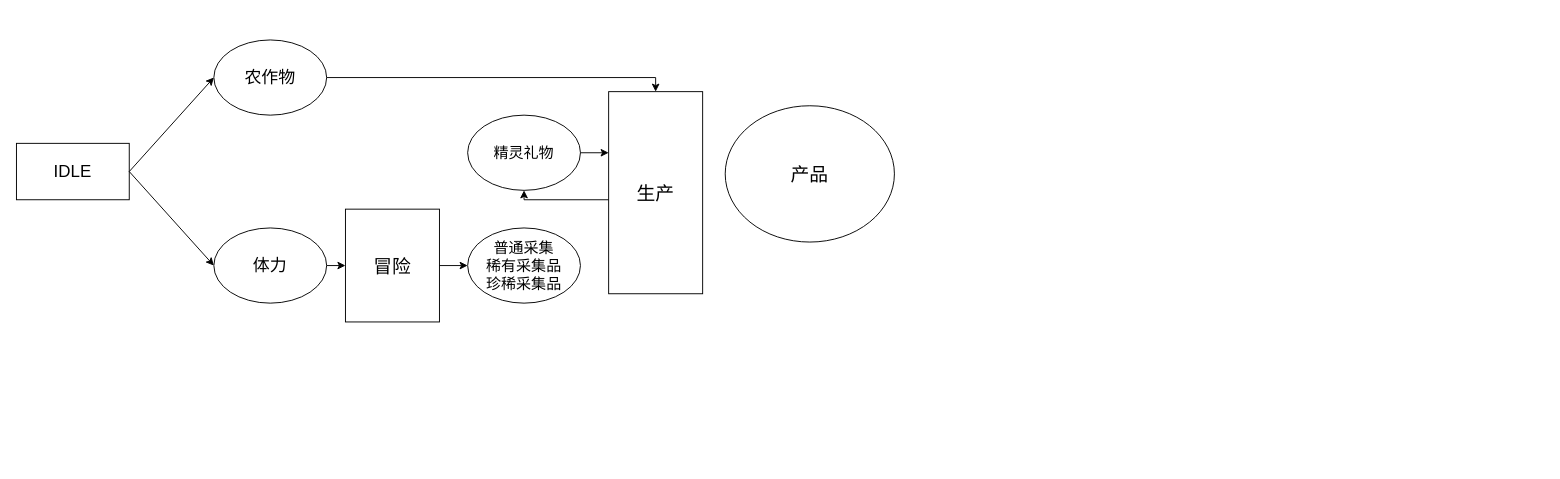
The draw.io diagram page "第 3 页" (2 of 3) of Untitled Diagram.drawio in fanyixin0428/towerdefencegame, before the edit. Source tidied: cells renumbered, new cells numbered last; positions are measured from the earlier drawing's top-left corner, leaving out a move shared by most shapes. Both pictures are drawn from the tidied source at 94%, with x=0, y=0 at pixel (16, 39).
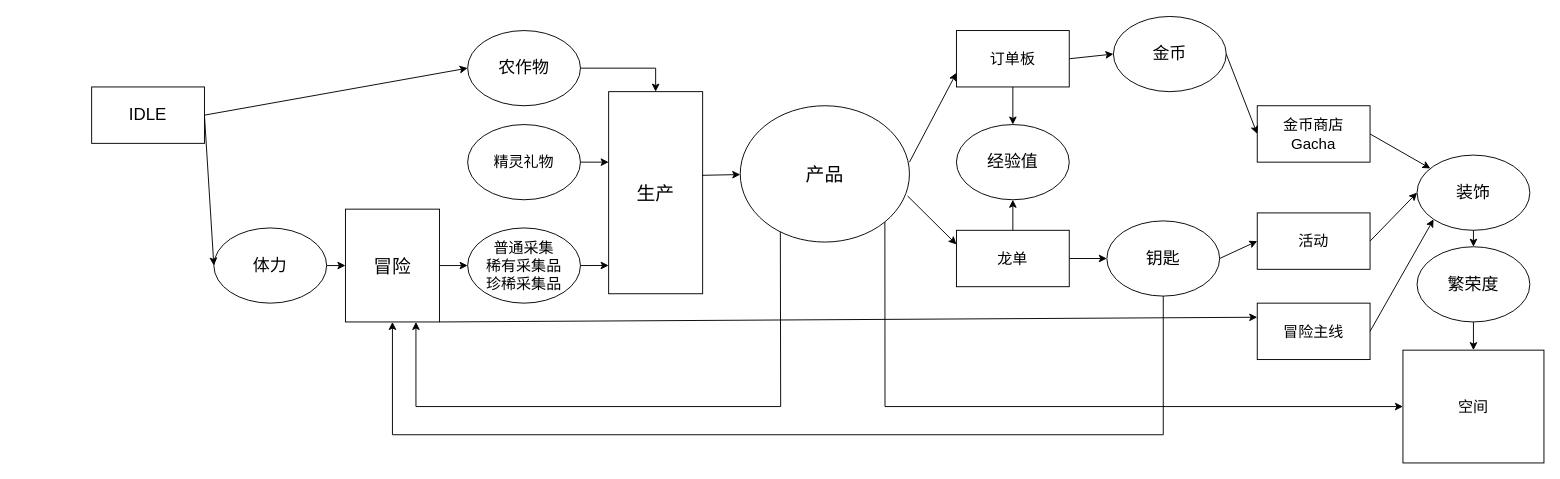
After the change.

Unchanged cells that the change refers to:
```xml
<mxCell id="3" value="生产" style="rounded=0;whiteSpace=wrap;html=1;fontSize=20;" parent="1" vertex="1">
  <mxGeometry x="630" y="55" width="100" height="215" as="geometry" />
</mxCell>
<mxCell id="4" value="普通采集&lt;br style=&quot;font-size: 16px;&quot;&gt;稀有采集品&lt;br style=&quot;font-size: 16px;&quot;&gt;珍稀采集品" style="ellipse;whiteSpace=wrap;html=1;fontSize=16;" parent="1" vertex="1">
  <mxGeometry x="480" y="200" width="120" height="80" as="geometry" />
</mxCell>
<mxCell id="12" value="冒险" style="rounded=0;whiteSpace=wrap;html=1;fontSize=20;" parent="1" vertex="1">
  <mxGeometry x="350" y="180" width="100" height="120" as="geometry" />
</mxCell>
```

Diff of the diagram source:
```diff
@@
     <mxCell id="2" value="&lt;font style=&quot;font-size: 20px&quot;&gt;产品&lt;/font&gt;" style="ellipse;whiteSpace=wrap;html=1;fontSize=20;" parent="1" vertex="1">
-      <mxGeometry x="754" y="70" width="180" height="145" as="geometry" />
+      <mxGeometry x="770" y="70" width="180" height="145" as="geometry" />
     </mxCell>
@@
     <mxCell id="5" value="精灵礼物" style="ellipse;whiteSpace=wrap;html=1;fontSize=16;" parent="1" vertex="1">
-      <mxGeometry x="480" y="80" width="120" height="80" as="geometry" />
+      <mxGeometry x="480" y="90" width="120" height="80" as="geometry" />
     </mxCell>
     <mxCell id="6" value="农作物" style="ellipse;whiteSpace=wrap;html=1;fontSize=18;" parent="1" vertex="1">
-      <mxGeometry x="210" width="120" height="80" as="geometry" />
+      <mxGeometry x="480" y="-10" width="120" height="80" as="geometry" />
     </mxCell>
     <mxCell id="7" value="IDLE" style="rounded=0;whiteSpace=wrap;html=1;fontSize=18;" parent="1" vertex="1">
-      <mxGeometry y="110" width="120" height="60" as="geometry" />
+      <mxGeometry x="80" y="50" width="120" height="60" as="geometry" />
     </mxCell>
@@
     <mxCell id="11" style="endArrow=classic;html=1;rounded=0;fontSize=18;exitX=1;exitY=0.5;exitDx=0;exitDy=0;entryX=0.5;entryY=0;entryDx=0;entryDy=0;" parent="1" edge="1" source="6" target="3">
       <mxGeometry relative="1" as="geometry">
         <Array as="points">
-          <mxPoint x="680" y="40" />
+          <mxPoint x="680" y="30" />
         </Array>
       </mxGeometry>
     </mxCell>
@@
     <mxCell id="15" style="endArrow=classic;html=1;rounded=0;fontSize=16;exitX=1;exitY=0.5;exitDx=0;exitDy=0;" parent="1" edge="1" source="5">
       <mxGeometry relative="1" as="geometry">
-        <mxPoint x="630" y="120" as="targetPoint" />
+        <mxPoint x="630" y="130" as="targetPoint" />
       </mxGeometry>
     </mxCell>
-    <mxCell id="16" style="endArrow=classic;html=1;rounded=0;fontSize=16;entryX=0.5;entryY=1;entryDx=0;entryDy=0;" parent="1" edge="1" target="5">
-      <mxGeometry relative="1" as="geometry">
-        <mxPoint x="630" y="170" as="sourcePoint" />
-        <Array as="points">
-          <mxPoint x="540" y="170" />
-        </Array>
-      </mxGeometry>
-    </mxCell>
+    <mxCell id="17" style="endArrow=classic;html=1;rounded=0;fontSize=16;exitX=1;exitY=0.5;exitDx=0;exitDy=0;entryX=0;entryY=0.86;entryDx=0;entryDy=0;entryPerimeter=0;" parent="1" edge="1" source="4" target="3">
+      <mxGeometry relative="1" as="geometry" />
+    </mxCell>
+    <mxCell id="18" value="订单板" style="rounded=0;whiteSpace=wrap;html=1;fontSize=16;" parent="1" vertex="1">
+      <mxGeometry x="1000" y="-10" width="120" height="60" as="geometry" />
+    </mxCell>
+    <mxCell id="19" value="龙单" style="rounded=0;whiteSpace=wrap;html=1;fontSize=16;" parent="1" vertex="1">
+      <mxGeometry x="1000" y="202.5" width="120" height="60" as="geometry" />
+    </mxCell>
+    <mxCell id="20" style="endArrow=classic;html=1;rounded=0;fontSize=16;exitX=0.993;exitY=0.414;exitDx=0;exitDy=0;exitPerimeter=0;" parent="1" edge="1" source="3" target="2">
+      <mxGeometry relative="1" as="geometry" />
+    </mxCell>
+    <mxCell id="21" style="endArrow=classic;html=1;rounded=0;fontSize=16;entryX=0;entryY=0.75;entryDx=0;entryDy=0;" parent="1" edge="1" target="18">
+      <mxGeometry relative="1" as="geometry">
+        <mxPoint x="950" y="130" as="sourcePoint" />
+      </mxGeometry>
+    </mxCell>
+    <mxCell id="22" style="endArrow=classic;html=1;rounded=0;fontSize=16;exitX=0.989;exitY=0.662;exitDx=0;exitDy=0;exitPerimeter=0;entryX=0;entryY=0.25;entryDx=0;entryDy=0;" parent="1" edge="1" source="2" target="19">
+      <mxGeometry relative="1" as="geometry" />
+    </mxCell>
+    <mxCell id="23" style="endArrow=classic;html=1;rounded=0;fontSize=16;exitX=1;exitY=0.5;exitDx=0;exitDy=0;entryX=0;entryY=0.5;entryDx=0;entryDy=0;" parent="1" edge="1" source="19" target="26">
+      <mxGeometry relative="1" as="geometry" />
+    </mxCell>
+    <mxCell id="24" style="endArrow=classic;html=1;rounded=0;fontSize=16;exitX=1;exitY=0.5;exitDx=0;exitDy=0;entryX=0;entryY=0.5;entryDx=0;entryDy=0;" parent="1" edge="1" source="18" target="25">
+      <mxGeometry relative="1" as="geometry" />
+    </mxCell>
+    <mxCell id="25" value="金币" style="ellipse;whiteSpace=wrap;html=1;fontSize=18;" parent="1" vertex="1">
+      <mxGeometry x="1167" y="-25" width="120" height="80" as="geometry" />
+    </mxCell>
+    <mxCell id="26" value="钥匙" style="ellipse;whiteSpace=wrap;html=1;fontSize=18;" parent="1" vertex="1">
+      <mxGeometry x="1160" y="192.5" width="120" height="80" as="geometry" />
+    </mxCell>
+    <mxCell id="27" value="活动" style="rounded=0;whiteSpace=wrap;html=1;fontSize=16;" parent="1" vertex="1">
+      <mxGeometry x="1320" y="184" width="120" height="60" as="geometry" />
+    </mxCell>
+    <mxCell id="28" style="endArrow=classic;html=1;rounded=0;fontSize=16;exitX=1;exitY=0.5;exitDx=0;exitDy=0;entryX=0;entryY=0.5;entryDx=0;entryDy=0;" parent="1" edge="1" source="26" target="27">
+      <mxGeometry relative="1" as="geometry" />
+    </mxCell>
+    <mxCell id="29" value="金币商店&lt;br&gt;Gacha" style="rounded=0;whiteSpace=wrap;html=1;fontSize=16;" parent="1" vertex="1">
+      <mxGeometry x="1320" y="70" width="120" height="60" as="geometry" />
+    </mxCell>
+    <mxCell id="30" value="装饰" style="ellipse;whiteSpace=wrap;html=1;fontSize=18;" parent="1" vertex="1">
+      <mxGeometry x="1490" y="122.5" width="120" height="80" as="geometry" />
+    </mxCell>
+    <mxCell id="31" value="繁荣度" style="ellipse;whiteSpace=wrap;html=1;fontSize=18;" parent="1" vertex="1">
+      <mxGeometry x="1490" y="220" width="120" height="80" as="geometry" />
+    </mxCell>
+    <mxCell id="32" value="空间" style="rounded=0;whiteSpace=wrap;html=1;fontSize=16;" parent="1" vertex="1">
+      <mxGeometry x="1475" y="330" width="150" height="120" as="geometry" />
+    </mxCell>
+    <mxCell id="33" style="endArrow=classic;html=1;rounded=0;fontSize=16;exitX=1;exitY=0.5;exitDx=0;exitDy=0;" parent="1" edge="1" source="29" target="30">
+      <mxGeometry relative="1" as="geometry" />
+    </mxCell>
+    <mxCell id="34" style="endArrow=classic;html=1;rounded=0;fontSize=16;exitX=1;exitY=0.5;exitDx=0;exitDy=0;entryX=0;entryY=0.5;entryDx=0;entryDy=0;" parent="1" edge="1" source="27" target="30">
+      <mxGeometry relative="1" as="geometry" />
+    </mxCell>
+    <mxCell id="35" value="冒险主线" style="rounded=0;whiteSpace=wrap;html=1;fontSize=16;" parent="1" vertex="1">
+      <mxGeometry x="1320" y="280" width="120" height="60" as="geometry" />
+    </mxCell>
+    <mxCell id="36" style="endArrow=classic;html=1;rounded=0;fontSize=16;exitX=1;exitY=0.5;exitDx=0;exitDy=0;entryX=0;entryY=1;entryDx=0;entryDy=0;" parent="1" edge="1" source="35" target="30">
+      <mxGeometry relative="1" as="geometry" />
+    </mxCell>
+    <mxCell id="37" style="endArrow=classic;html=1;rounded=0;fontSize=16;exitX=0.5;exitY=1;exitDx=0;exitDy=0;entryX=0.5;entryY=0;entryDx=0;entryDy=0;" parent="1" edge="1" source="30" target="31">
+      <mxGeometry relative="1" as="geometry" />
+    </mxCell>
+    <mxCell id="38" style="endArrow=classic;html=1;rounded=0;fontSize=16;exitX=1;exitY=0.5;exitDx=0;exitDy=0;entryX=0;entryY=0.5;entryDx=0;entryDy=0;" parent="1" edge="1" source="25" target="29">
+      <mxGeometry relative="1" as="geometry" />
+    </mxCell>
+    <mxCell id="39" style="endArrow=classic;html=1;rounded=0;fontSize=16;entryX=0.5;entryY=1;entryDx=0;entryDy=0;exitX=0.5;exitY=1;exitDx=0;exitDy=0;" parent="1" edge="1" source="26" target="12">
+      <mxGeometry relative="1" as="geometry">
+        <Array as="points">
+          <mxPoint x="1220" y="420" />
+          <mxPoint x="400" y="420" />
+        </Array>
+      </mxGeometry>
+    </mxCell>
+    <mxCell id="40" style="endArrow=classic;html=1;rounded=0;fontSize=16;exitX=0.237;exitY=0.927;exitDx=0;exitDy=0;exitPerimeter=0;entryX=0.75;entryY=1;entryDx=0;entryDy=0;" parent="1" edge="1" source="2" target="12">
+      <mxGeometry relative="1" as="geometry">
+        <Array as="points">
+          <mxPoint x="813" y="390" />
+          <mxPoint x="425" y="390" />
+        </Array>
+      </mxGeometry>
+    </mxCell>
+    <mxCell id="41" style="endArrow=classic;html=1;rounded=0;fontSize=16;exitX=1;exitY=1;exitDx=0;exitDy=0;entryX=0;entryY=0.5;entryDx=0;entryDy=0;" parent="1" edge="1" source="2" target="32">
+      <mxGeometry relative="1" as="geometry">
+        <Array as="points">
+          <mxPoint x="924" y="390" />
+        </Array>
+      </mxGeometry>
+    </mxCell>
+    <mxCell id="42" style="endArrow=classic;html=1;rounded=0;fontSize=16;exitX=0.5;exitY=1;exitDx=0;exitDy=0;" parent="1" edge="1" source="31" target="32">
+      <mxGeometry relative="1" as="geometry" />
+    </mxCell>
+    <mxCell id="43" value="经验值" style="ellipse;whiteSpace=wrap;html=1;fontSize=18;" parent="1" vertex="1">
+      <mxGeometry x="1000" y="90" width="120" height="80" as="geometry" />
+    </mxCell>
+    <mxCell id="44" style="endArrow=classic;html=1;rounded=0;fontSize=16;exitX=0.5;exitY=1;exitDx=0;exitDy=0;entryX=0.5;entryY=0;entryDx=0;entryDy=0;" parent="1" edge="1" source="18" target="43">
+      <mxGeometry relative="1" as="geometry" />
+    </mxCell>
+    <mxCell id="45" style="endArrow=classic;html=1;rounded=0;fontSize=16;exitX=0.5;exitY=0;exitDx=0;exitDy=0;entryX=0.5;entryY=1;entryDx=0;entryDy=0;" parent="1" edge="1" source="19" target="43">
+      <mxGeometry relative="1" as="geometry" />
+    </mxCell>
+    <mxCell id="46" style="endArrow=classic;html=1;rounded=0;fontSize=16;exitX=1;exitY=1;exitDx=0;exitDy=0;entryX=0;entryY=0.25;entryDx=0;entryDy=0;" parent="1" edge="1" source="12" target="35">
+      <mxGeometry relative="1" as="geometry" />
+    </mxCell>
```
